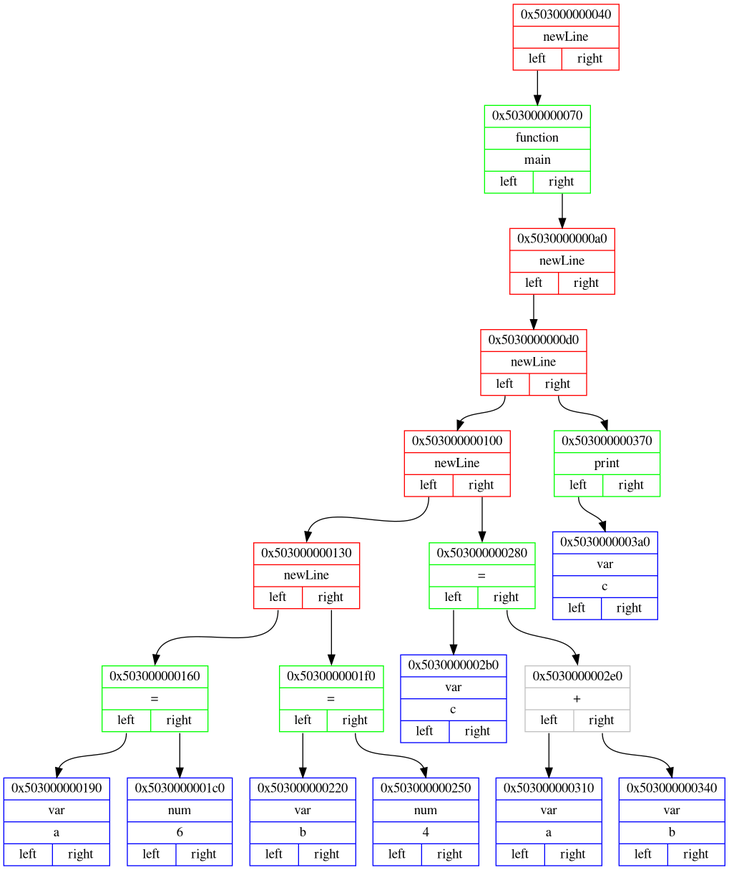
Matvey787/Language keeps this Graphviz diagram as png_files/backendDotFile.dot.png. Above is the earlier version. Its source is kept beside it as dot_files/backendDotFile.dot. Its diagram source:
```dot
digraph
{
rankdir=HR;

node0x503000000040 [ shape=record, color = red rank = 1, label= "{ 0x503000000040 | newLine |         {<n0x503000000040_l> left | <n0x503000000040_r> right}} " ];
node0x503000000070 [ shape=record, color = green rank = 2, label= "{ 0x503000000070 | function | main |         {<n0x503000000070_l> left | <n0x503000000070_r> right}} " ];
node0x5030000000a0 [ shape=record, color = red rank = 3, label= "{ 0x5030000000a0 | newLine |         {<n0x5030000000a0_l> left | <n0x5030000000a0_r> right}} " ];
node0x5030000000d0 [ shape=record, color = red rank = 4, label= "{ 0x5030000000d0 | newLine |         {<n0x5030000000d0_l> left | <n0x5030000000d0_r> right}} " ];
node0x503000000100 [ shape=record, color = red rank = 5, label= "{ 0x503000000100 | newLine |         {<n0x503000000100_l> left | <n0x503000000100_r> right}} " ];
node0x503000000130 [ shape=record, color = red rank = 6, label= "{ 0x503000000130 | newLine |         {<n0x503000000130_l> left | <n0x503000000130_r> right}} " ];
node0x503000000160 [ shape=record, color = green rank = 7, label= "{ 0x503000000160 | = |         {<n0x503000000160_l> left | <n0x503000000160_r> right}} " ];
node0x503000000190 [ shape=record, color = blue rank = 8, label= "{ 0x503000000190 | var | a |         {<n0x503000000190_l> left | <n0x503000000190_r> right}} " ];
node0x503000000160:<n0x503000000160_l>:s -> node0x503000000190:n [ color = black; ]
node0x5030000001c0 [ shape=record, color = blue rank = 9, label= "{ 0x5030000001c0 | num | 6 |         {<n0x5030000001c0_l> left | <n0x5030000001c0_r> right}} " ];
node0x503000000160:<n0x503000000160_r>:s -> node0x5030000001c0:n [ color = black; ]
node0x503000000130:<n0x503000000130_l>:s -> node0x503000000160:n [ color = black; ]
node0x5030000001f0 [ shape=record, color = green rank = 8, label= "{ 0x5030000001f0 | = |         {<n0x5030000001f0_l> left | <n0x5030000001f0_r> right}} " ];
node0x503000000220 [ shape=record, color = blue rank = 9, label= "{ 0x503000000220 | var | b |         {<n0x503000000220_l> left | <n0x503000000220_r> right}} " ];
node0x5030000001f0:<n0x5030000001f0_l>:s -> node0x503000000220:n [ color = black; ]
node0x503000000250 [ shape=record, color = blue rank = 10, label= "{ 0x503000000250 | num | 4 |         {<n0x503000000250_l> left | <n0x503000000250_r> right}} " ];
node0x5030000001f0:<n0x5030000001f0_r>:s -> node0x503000000250:n [ color = black; ]
node0x503000000130:<n0x503000000130_r>:s -> node0x5030000001f0:n [ color = black; ]
node0x503000000100:<n0x503000000100_l>:s -> node0x503000000130:n [ color = black; ]
node0x503000000280 [ shape=record, color = green rank = 7, label= "{ 0x503000000280 | = |         {<n0x503000000280_l> left | <n0x503000000280_r> right}} " ];
node0x5030000002b0 [ shape=record, color = blue rank = 8, label= "{ 0x5030000002b0 | var | c |         {<n0x5030000002b0_l> left | <n0x5030000002b0_r> right}} " ];
node0x503000000280:<n0x503000000280_l>:s -> node0x5030000002b0:n [ color = black; ]
node0x5030000002e0 [ shape=record, color = grey rank = 9, label= "{ 0x5030000002e0 | + |         {<n0x5030000002e0_l> left | <n0x5030000002e0_r> right}} " ];
node0x503000000310 [ shape=record, color = blue rank = 10, label= "{ 0x503000000310 | var | a |         {<n0x503000000310_l> left | <n0x503000000310_r> right}} " ];
node0x5030000002e0:<n0x5030000002e0_l>:s -> node0x503000000310:n [ color = black; ]
node0x503000000340 [ shape=record, color = blue rank = 11, label= "{ 0x503000000340 | var | b |         {<n0x503000000340_l> left | <n0x503000000340_r> right}} " ];
node0x5030000002e0:<n0x5030000002e0_r>:s -> node0x503000000340:n [ color = black; ]
node0x503000000280:<n0x503000000280_r>:s -> node0x5030000002e0:n [ color = black; ]
node0x503000000100:<n0x503000000100_r>:s -> node0x503000000280:n [ color = black; ]
node0x5030000000d0:<n0x5030000000d0_l>:s -> node0x503000000100:n [ color = black; ]
node0x503000000370 [ shape=record, color = green rank = 6, label= "{ 0x503000000370 | print |         {<n0x503000000370_l> left | <n0x503000000370_r> right}} " ];
node0x5030000003a0 [ shape=record, color = blue rank = 7, label= "{ 0x5030000003a0 | var | c |         {<n0x5030000003a0_l> left | <n0x5030000003a0_r> right}} " ];
node0x503000000370:<n0x503000000370_l>:s -> node0x5030000003a0:n [ color = black; ]
node0x5030000000d0:<n0x5030000000d0_r>:s -> node0x503000000370:n [ color = black; ]
node0x5030000000a0:<n0x5030000000a0_l>:s -> node0x5030000000d0:n [ color = black; ]
node0x503000000070:<n0x503000000070_r>:s -> node0x5030000000a0:n [ color = black; ]
node0x503000000040:<n0x503000000040_l>:s -> node0x503000000070:n [ color = black; ]
}
```
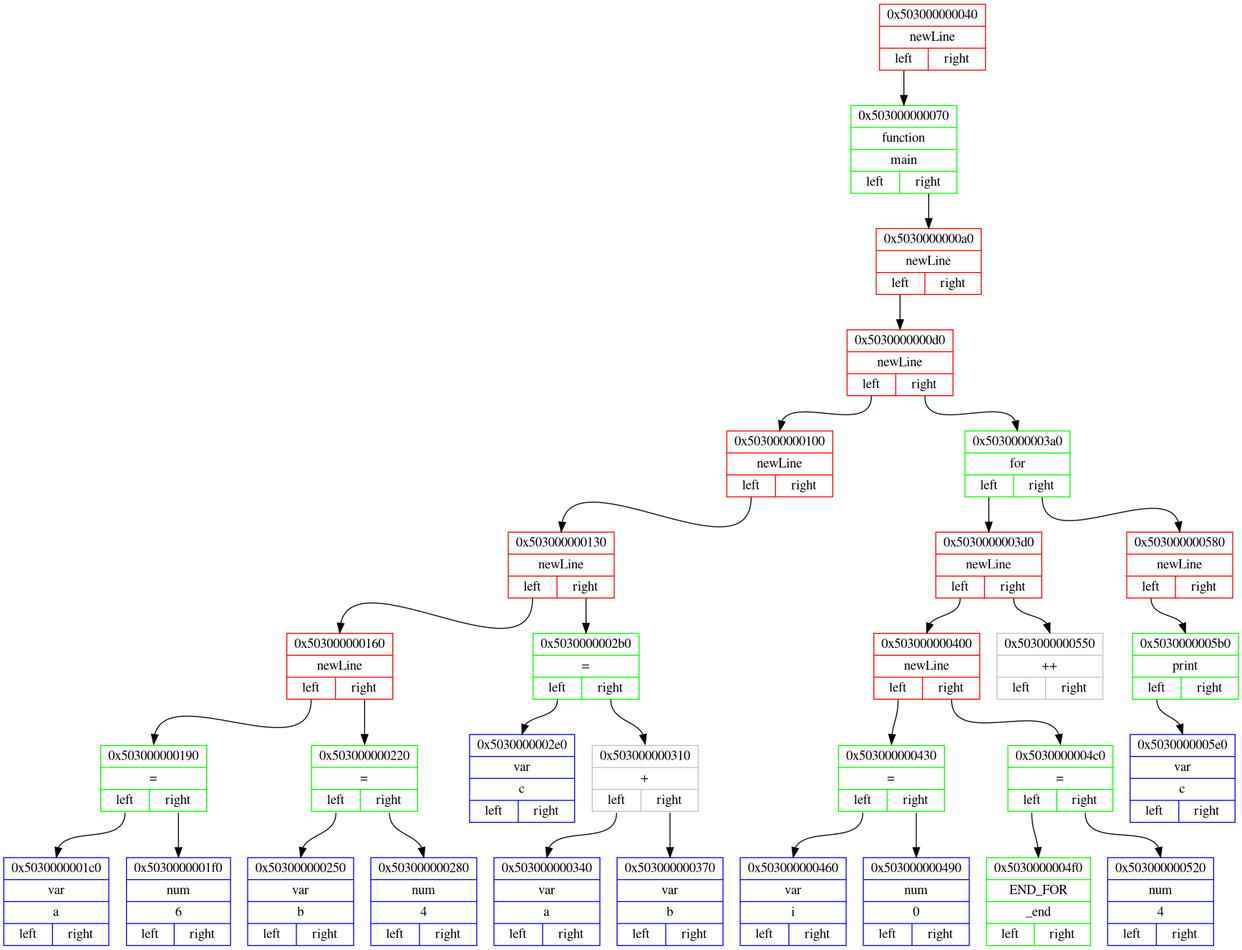
The same file after the commit.

Diff of the diagram source:
```diff
@@ -8,34 +8,58 @@
 node0x5030000000d0 [ shape=record, color = red rank = 4, label= "{ 0x5030000000d0 | newLine |         {<n0x5030000000d0_l> left | <n0x5030000000d0_r> right}} " ];
 node0x503000000100 [ shape=record, color = red rank = 5, label= "{ 0x503000000100 | newLine |         {<n0x503000000100_l> left | <n0x503000000100_r> right}} " ];
 node0x503000000130 [ shape=record, color = red rank = 6, label= "{ 0x503000000130 | newLine |         {<n0x503000000130_l> left | <n0x503000000130_r> right}} " ];
-node0x503000000160 [ shape=record, color = green rank = 7, label= "{ 0x503000000160 | = |         {<n0x503000000160_l> left | <n0x503000000160_r> right}} " ];
-node0x503000000190 [ shape=record, color = blue rank = 8, label= "{ 0x503000000190 | var | a |         {<n0x503000000190_l> left | <n0x503000000190_r> right}} " ];
+node0x503000000160 [ shape=record, color = red rank = 7, label= "{ 0x503000000160 | newLine |         {<n0x503000000160_l> left | <n0x503000000160_r> right}} " ];
+node0x503000000190 [ shape=record, color = green rank = 8, label= "{ 0x503000000190 | = |         {<n0x503000000190_l> left | <n0x503000000190_r> right}} " ];
+node0x5030000001c0 [ shape=record, color = blue rank = 9, label= "{ 0x5030000001c0 | var | a |         {<n0x5030000001c0_l> left | <n0x5030000001c0_r> right}} " ];
+node0x503000000190:<n0x503000000190_l>:s -> node0x5030000001c0:n [ color = black; ]
+node0x5030000001f0 [ shape=record, color = blue rank = 10, label= "{ 0x5030000001f0 | num | 6 |         {<n0x5030000001f0_l> left | <n0x5030000001f0_r> right}} " ];
+node0x503000000190:<n0x503000000190_r>:s -> node0x5030000001f0:n [ color = black; ]
 node0x503000000160:<n0x503000000160_l>:s -> node0x503000000190:n [ color = black; ]
-node0x5030000001c0 [ shape=record, color = blue rank = 9, label= "{ 0x5030000001c0 | num | 6 |         {<n0x5030000001c0_l> left | <n0x5030000001c0_r> right}} " ];
-node0x503000000160:<n0x503000000160_r>:s -> node0x5030000001c0:n [ color = black; ]
+node0x503000000220 [ shape=record, color = green rank = 9, label= "{ 0x503000000220 | = |         {<n0x503000000220_l> left | <n0x503000000220_r> right}} " ];
+node0x503000000250 [ shape=record, color = blue rank = 10, label= "{ 0x503000000250 | var | b |         {<n0x503000000250_l> left | <n0x503000000250_r> right}} " ];
+node0x503000000220:<n0x503000000220_l>:s -> node0x503000000250:n [ color = black; ]
+node0x503000000280 [ shape=record, color = blue rank = 11, label= "{ 0x503000000280 | num | 4 |         {<n0x503000000280_l> left | <n0x503000000280_r> right}} " ];
+node0x503000000220:<n0x503000000220_r>:s -> node0x503000000280:n [ color = black; ]
+node0x503000000160:<n0x503000000160_r>:s -> node0x503000000220:n [ color = black; ]
 node0x503000000130:<n0x503000000130_l>:s -> node0x503000000160:n [ color = black; ]
-node0x5030000001f0 [ shape=record, color = green rank = 8, label= "{ 0x5030000001f0 | = |         {<n0x5030000001f0_l> left | <n0x5030000001f0_r> right}} " ];
-node0x503000000220 [ shape=record, color = blue rank = 9, label= "{ 0x503000000220 | var | b |         {<n0x503000000220_l> left | <n0x503000000220_r> right}} " ];
-node0x5030000001f0:<n0x5030000001f0_l>:s -> node0x503000000220:n [ color = black; ]
-node0x503000000250 [ shape=record, color = blue rank = 10, label= "{ 0x503000000250 | num | 4 |         {<n0x503000000250_l> left | <n0x503000000250_r> right}} " ];
-node0x5030000001f0:<n0x5030000001f0_r>:s -> node0x503000000250:n [ color = black; ]
-node0x503000000130:<n0x503000000130_r>:s -> node0x5030000001f0:n [ color = black; ]
+node0x5030000002b0 [ shape=record, color = green rank = 8, label= "{ 0x5030000002b0 | = |         {<n0x5030000002b0_l> left | <n0x5030000002b0_r> right}} " ];
+node0x5030000002e0 [ shape=record, color = blue rank = 9, label= "{ 0x5030000002e0 | var | c |         {<n0x5030000002e0_l> left | <n0x5030000002e0_r> right}} " ];
+node0x5030000002b0:<n0x5030000002b0_l>:s -> node0x5030000002e0:n [ color = black; ]
+node0x503000000310 [ shape=record, color = grey rank = 10, label= "{ 0x503000000310 | + |         {<n0x503000000310_l> left | <n0x503000000310_r> right}} " ];
+node0x503000000340 [ shape=record, color = blue rank = 11, label= "{ 0x503000000340 | var | a |         {<n0x503000000340_l> left | <n0x503000000340_r> right}} " ];
+node0x503000000310:<n0x503000000310_l>:s -> node0x503000000340:n [ color = black; ]
+node0x503000000370 [ shape=record, color = blue rank = 12, label= "{ 0x503000000370 | var | b |         {<n0x503000000370_l> left | <n0x503000000370_r> right}} " ];
+node0x503000000310:<n0x503000000310_r>:s -> node0x503000000370:n [ color = black; ]
+node0x5030000002b0:<n0x5030000002b0_r>:s -> node0x503000000310:n [ color = black; ]
+node0x503000000130:<n0x503000000130_r>:s -> node0x5030000002b0:n [ color = black; ]
 node0x503000000100:<n0x503000000100_l>:s -> node0x503000000130:n [ color = black; ]
-node0x503000000280 [ shape=record, color = green rank = 7, label= "{ 0x503000000280 | = |         {<n0x503000000280_l> left | <n0x503000000280_r> right}} " ];
-node0x5030000002b0 [ shape=record, color = blue rank = 8, label= "{ 0x5030000002b0 | var | c |         {<n0x5030000002b0_l> left | <n0x5030000002b0_r> right}} " ];
-node0x503000000280:<n0x503000000280_l>:s -> node0x5030000002b0:n [ color = black; ]
-node0x5030000002e0 [ shape=record, color = grey rank = 9, label= "{ 0x5030000002e0 | + |         {<n0x5030000002e0_l> left | <n0x5030000002e0_r> right}} " ];
-node0x503000000310 [ shape=record, color = blue rank = 10, label= "{ 0x503000000310 | var | a |         {<n0x503000000310_l> left | <n0x503000000310_r> right}} " ];
-node0x5030000002e0:<n0x5030000002e0_l>:s -> node0x503000000310:n [ color = black; ]
-node0x503000000340 [ shape=record, color = blue rank = 11, label= "{ 0x503000000340 | var | b |         {<n0x503000000340_l> left | <n0x503000000340_r> right}} " ];
-node0x5030000002e0:<n0x5030000002e0_r>:s -> node0x503000000340:n [ color = black; ]
-node0x503000000280:<n0x503000000280_r>:s -> node0x5030000002e0:n [ color = black; ]
-node0x503000000100:<n0x503000000100_r>:s -> node0x503000000280:n [ color = black; ]
 node0x5030000000d0:<n0x5030000000d0_l>:s -> node0x503000000100:n [ color = black; ]
-node0x503000000370 [ shape=record, color = green rank = 6, label= "{ 0x503000000370 | print |         {<n0x503000000370_l> left | <n0x503000000370_r> right}} " ];
-node0x5030000003a0 [ shape=record, color = blue rank = 7, label= "{ 0x5030000003a0 | var | c |         {<n0x5030000003a0_l> left | <n0x5030000003a0_r> right}} " ];
-node0x503000000370:<n0x503000000370_l>:s -> node0x5030000003a0:n [ color = black; ]
-node0x5030000000d0:<n0x5030000000d0_r>:s -> node0x503000000370:n [ color = black; ]
+node0x5030000003a0 [ shape=record, color = green rank = 6, label= "{ 0x5030000003a0 | for |         {<n0x5030000003a0_l> left | <n0x5030000003a0_r> right}} " ];
+node0x5030000003d0 [ shape=record, color = red rank = 7, label= "{ 0x5030000003d0 | newLine |         {<n0x5030000003d0_l> left | <n0x5030000003d0_r> right}} " ];
+node0x503000000400 [ shape=record, color = red rank = 8, label= "{ 0x503000000400 | newLine |         {<n0x503000000400_l> left | <n0x503000000400_r> right}} " ];
+node0x503000000430 [ shape=record, color = green rank = 9, label= "{ 0x503000000430 | = |         {<n0x503000000430_l> left | <n0x503000000430_r> right}} " ];
+node0x503000000460 [ shape=record, color = blue rank = 10, label= "{ 0x503000000460 | var | i |         {<n0x503000000460_l> left | <n0x503000000460_r> right}} " ];
+node0x503000000430:<n0x503000000430_l>:s -> node0x503000000460:n [ color = black; ]
+node0x503000000490 [ shape=record, color = blue rank = 11, label= "{ 0x503000000490 | num | 0 |         {<n0x503000000490_l> left | <n0x503000000490_r> right}} " ];
+node0x503000000430:<n0x503000000430_r>:s -> node0x503000000490:n [ color = black; ]
+node0x503000000400:<n0x503000000400_l>:s -> node0x503000000430:n [ color = black; ]
+node0x5030000004c0 [ shape=record, color = green rank = 10, label= "{ 0x5030000004c0 | = |         {<n0x5030000004c0_l> left | <n0x5030000004c0_r> right}} " ];
+node0x5030000004f0 [ shape=record, color = green rank = 11, label= "{ 0x5030000004f0 | END_FOR | _end |         {<n0x5030000004f0_l> left | <n0x5030000004f0_r> right}} " ];
+node0x5030000004c0:<n0x5030000004c0_l>:s -> node0x5030000004f0:n [ color = black; ]
+node0x503000000520 [ shape=record, color = blue rank = 12, label= "{ 0x503000000520 | num | 4 |         {<n0x503000000520_l> left | <n0x503000000520_r> right}} " ];
+node0x5030000004c0:<n0x5030000004c0_r>:s -> node0x503000000520:n [ color = black; ]
+node0x503000000400:<n0x503000000400_r>:s -> node0x5030000004c0:n [ color = black; ]
+node0x5030000003d0:<n0x5030000003d0_l>:s -> node0x503000000400:n [ color = black; ]
+node0x503000000550 [ shape=record, color = grey rank = 9, label= "{ 0x503000000550 | ++ |         {<n0x503000000550_l> left | <n0x503000000550_r> right}} " ];
+node0x5030000003d0:<n0x5030000003d0_r>:s -> node0x503000000550:n [ color = black; ]
+node0x5030000003a0:<n0x5030000003a0_l>:s -> node0x5030000003d0:n [ color = black; ]
+node0x503000000580 [ shape=record, color = red rank = 8, label= "{ 0x503000000580 | newLine |         {<n0x503000000580_l> left | <n0x503000000580_r> right}} " ];
+node0x5030000005b0 [ shape=record, color = green rank = 9, label= "{ 0x5030000005b0 | print |         {<n0x5030000005b0_l> left | <n0x5030000005b0_r> right}} " ];
+node0x5030000005e0 [ shape=record, color = blue rank = 10, label= "{ 0x5030000005e0 | var | c |         {<n0x5030000005e0_l> left | <n0x5030000005e0_r> right}} " ];
+node0x5030000005b0:<n0x5030000005b0_l>:s -> node0x5030000005e0:n [ color = black; ]
+node0x503000000580:<n0x503000000580_l>:s -> node0x5030000005b0:n [ color = black; ]
+node0x5030000003a0:<n0x5030000003a0_r>:s -> node0x503000000580:n [ color = black; ]
+node0x5030000000d0:<n0x5030000000d0_r>:s -> node0x5030000003a0:n [ color = black; ]
 node0x5030000000a0:<n0x5030000000a0_l>:s -> node0x5030000000d0:n [ color = black; ]
 node0x503000000070:<n0x503000000070_r>:s -> node0x5030000000a0:n [ color = black; ]
 node0x503000000040:<n0x503000000040_l>:s -> node0x503000000070:n [ color = black; ]
```
